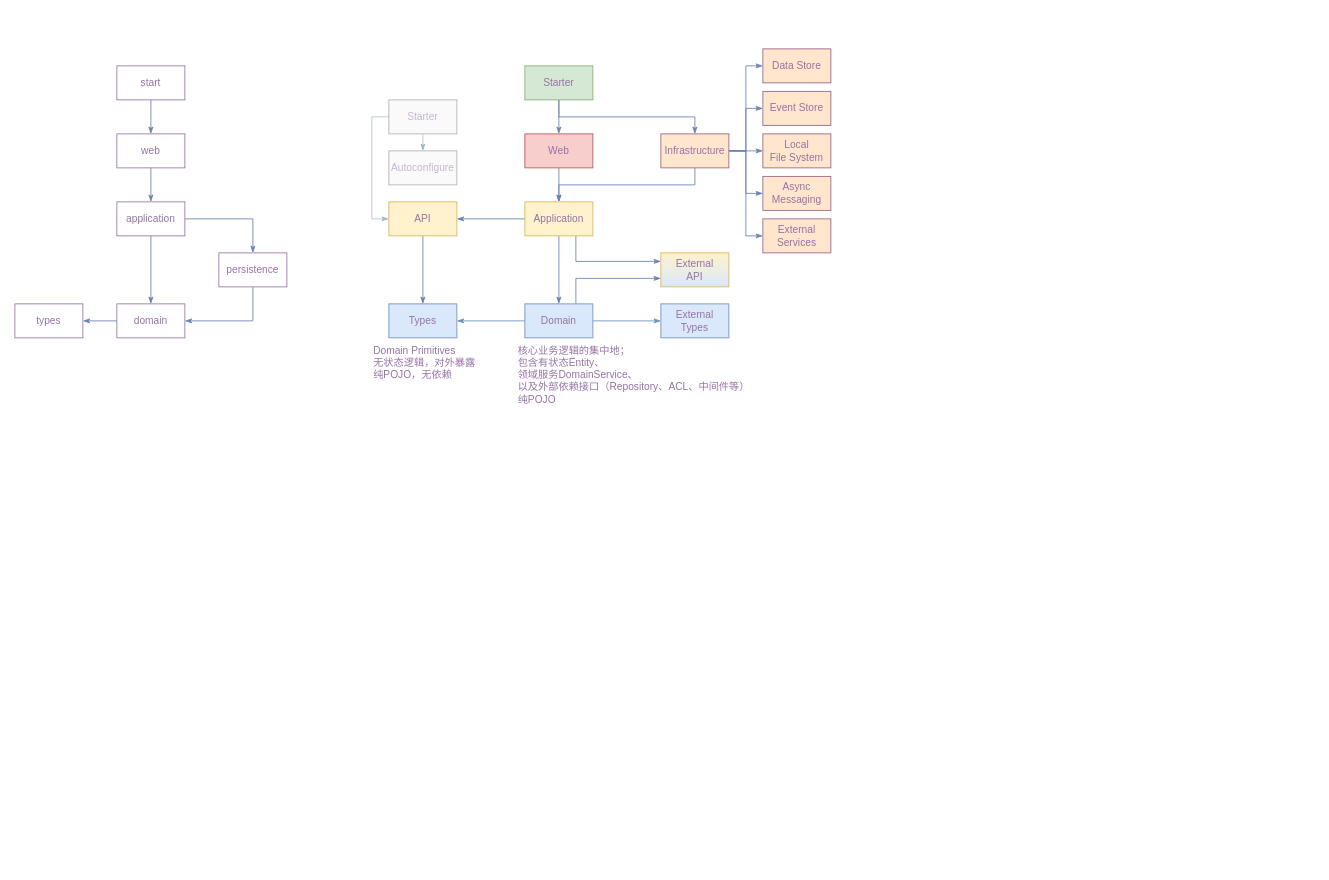
The draw.io diagram architecture/ddd-impl.drawio in rabbitcount/drawio, before the edit. Source tidied: cells renumbered, new cells numbered last; positions are measured from the earlier drawing's top-left corner, leaving out a move shared by most shapes. Both pictures are drawn from the tidied source at 85%, with x=0, y=0 at pixel (14, 48).
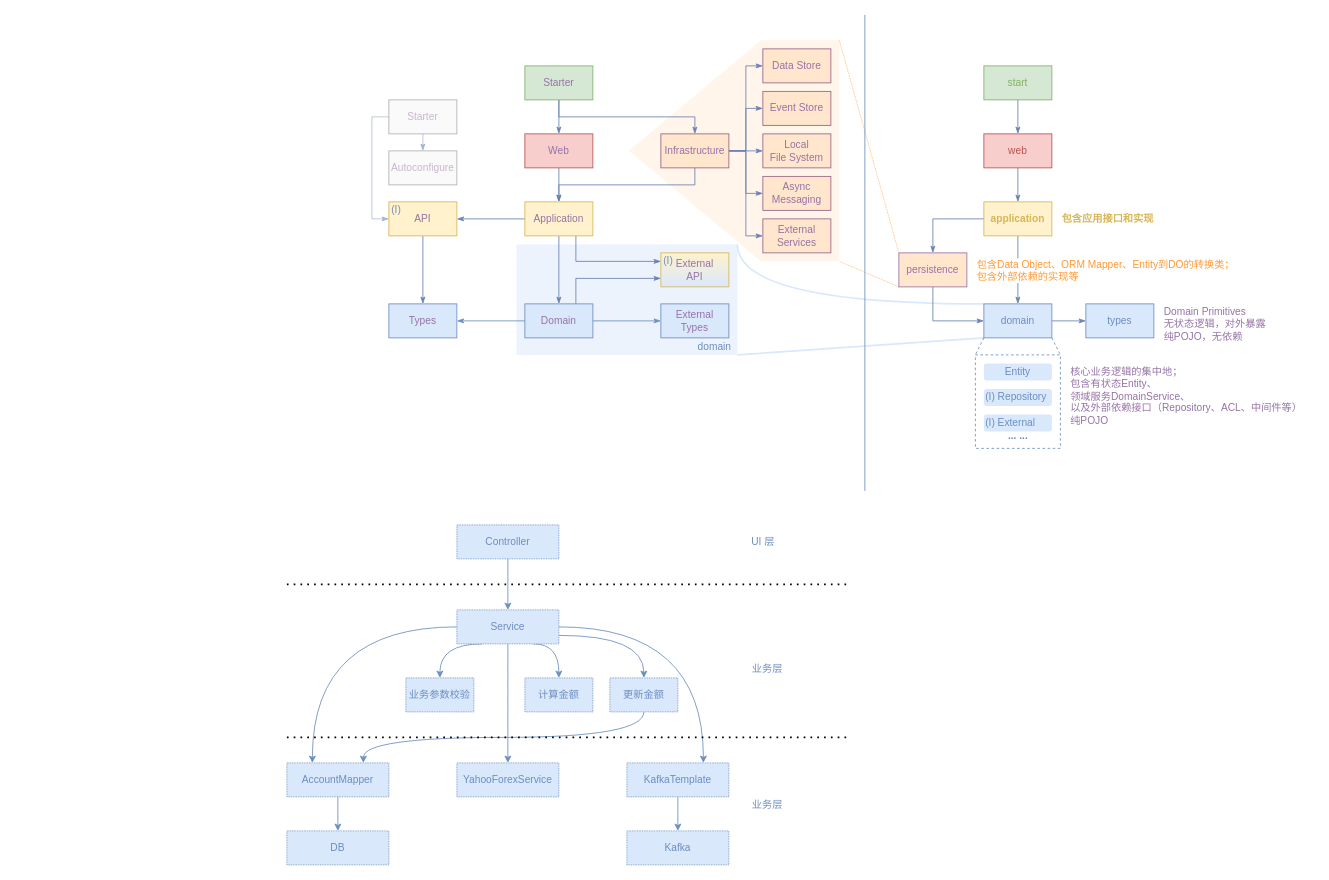
Above is the later version.

Unchanged cells that the change refers to:
```xml
<mxCell id="25" value="Infrastructure" style="rounded=0;whiteSpace=wrap;html=1;shadow=0;glass=0;comic=0;labelBackgroundColor=none;strokeColor=#996185;strokeWidth=1;fillColor=#FFE6CC;fontFamily=Helvetica;fontSize=12;fontColor=#9673A6;align=center;gradientColor=none;" parent="1" vertex="1">
  <mxGeometry x="760" y="100" width="80" height="40" as="geometry" />
</mxCell>
<mxCell id="27" value="Event Store" style="rounded=0;whiteSpace=wrap;html=1;shadow=0;glass=0;comic=0;labelBackgroundColor=none;strokeColor=#996185;strokeWidth=1;fillColor=#FFE6CC;fontFamily=Helvetica;fontSize=12;fontColor=#9673A6;align=center;gradientColor=none;" parent="1" vertex="1">
  <mxGeometry x="880" y="50" width="80" height="40" as="geometry" />
</mxCell>
```

Diff of the diagram source:
```diff
@@
+    <mxCell id="50" style="verticalLabelPosition=bottom;verticalAlign=top;html=1;shape=offPageConnector;rounded=0;size=0.6276595744680851;glass=0;dashed=1;dashPattern=1 1;fontColor=#6C8EBF;align=right;rotation=90;fillColor=#FFE6CC;strokeColor=none;opacity=40;" parent="1" vertex="1">
+      <mxGeometry x="716.2" y="-3.8" width="260" height="247.5" as="geometry" />
+    </mxCell>
+    <mxCell id="51" style="edgeStyle=orthogonalEdgeStyle;jettySize=auto;html=1;exitX=1;exitY=0;exitDx=0;exitDy=0;entryX=0;entryY=0;entryDx=0;entryDy=0;endArrow=none;endFill=0;fontColor=#6C8EBF;curved=1;strokeColor=#DAE8FC;fontStyle=1;strokeWidth=2;" parent="1" edge="1" source="52" target="6">
+      <mxGeometry relative="1" as="geometry">
+        <Array as="points">
+          <mxPoint x="850" y="300" />
+        </Array>
+      </mxGeometry>
+    </mxCell>
+    <mxCell id="52" value="domain" style="rounded=0;whiteSpace=wrap;html=1;shadow=0;glass=0;comic=0;labelBackgroundColor=none;strokeWidth=1;fillColor=#dae8fc;fontFamily=Helvetica;fontSize=12;align=right;verticalAlign=bottom;dashed=1;dashPattern=1 1;spacingRight=5;strokeColor=none;opacity=50;fontColor=#6C8EBF;" parent="1" vertex="1">
+      <mxGeometry x="590" y="230" width="260" height="130" as="geometry" />
+    </mxCell>
+    <mxCell id="53" style="rounded=0;whiteSpace=wrap;html=1;fillColor=none;dashed=1;strokeColor=#6C8EBF;" parent="1" vertex="1">
+      <mxGeometry x="1130" y="360" width="100" height="110" as="geometry" />
+    </mxCell>
@@
-    <mxCell id="4" value="a&lt;span&gt;pplication&lt;/span&gt;" style="rounded=0;whiteSpace=wrap;html=1;shadow=0;glass=0;comic=0;labelBackgroundColor=none;strokeColor=#9673A6;strokeWidth=1;fillColor=none;fontFamily=Helvetica;fontSize=12;fontColor=#9673A6;align=center;" parent="1" vertex="1">
-      <mxGeometry x="120" y="180" width="80" height="40" as="geometry" />
+    <mxCell id="4" value="a&lt;span&gt;pplication&lt;/span&gt;" style="rounded=0;whiteSpace=wrap;html=1;shadow=0;glass=0;comic=0;labelBackgroundColor=none;strokeColor=#d6b656;strokeWidth=1;fillColor=#fff2cc;fontFamily=Helvetica;fontSize=12;align=center;fontColor=#D6B656;fontStyle=1;" parent="1" vertex="1">
+      <mxGeometry x="1140" y="180" width="80" height="40" as="geometry" />
     </mxCell>
@@
+    <mxCell id="54" style="jettySize=auto;html=1;exitX=0;exitY=1;exitDx=0;exitDy=0;entryX=1;entryY=1;entryDx=0;entryDy=0;endArrow=none;endFill=0;fontColor=#6C8EBF;strokeColor=#DAE8FC;fontStyle=1;strokeWidth=2;" parent="1" edge="1" source="6" target="52">
+      <mxGeometry relative="1" as="geometry" />
+    </mxCell>
-    <mxCell id="6" value="domain" style="rounded=0;whiteSpace=wrap;html=1;shadow=0;glass=0;comic=0;labelBackgroundColor=none;strokeColor=#9673A6;strokeWidth=1;fillColor=none;fontFamily=Helvetica;fontSize=12;fontColor=#9673A6;align=center;" parent="1" vertex="1">
-      <mxGeometry x="120" y="300" width="80" height="40" as="geometry" />
+    <mxCell id="6" value="domain" style="rounded=0;whiteSpace=wrap;html=1;shadow=0;glass=0;comic=0;labelBackgroundColor=none;strokeColor=#6c8ebf;strokeWidth=1;fillColor=#dae8fc;fontFamily=Helvetica;fontSize=12;align=center;fontColor=#6C8EBF;" parent="1" vertex="1">
+      <mxGeometry x="1140" y="300" width="80" height="40" as="geometry" />
     </mxCell>
-    <mxCell id="7" style="edgeStyle=orthogonalEdgeStyle;rounded=0;comic=0;jumpStyle=arc;jumpSize=6;html=1;labelBackgroundColor=#ffffff;startArrow=none;startFill=0;endArrow=classicThin;endFill=1;endSize=6;jettySize=auto;strokeColor=#6881B3;strokeWidth=1;fillColor=none;fontFamily=Helvetica;fontSize=12;fontColor=#9673A6;entryX=1;entryY=0.5;exitX=0.5;exitY=1;" parent="1" edge="1" source="8" target="6">
+    <mxCell id="7" style="edgeStyle=orthogonalEdgeStyle;rounded=0;comic=0;jumpStyle=arc;jumpSize=6;html=1;labelBackgroundColor=#ffffff;startArrow=none;startFill=0;endArrow=classicThin;endFill=1;endSize=6;jettySize=auto;strokeColor=#6881B3;strokeWidth=1;fillColor=none;fontFamily=Helvetica;fontSize=12;fontColor=#9673A6;exitX=0.5;exitY=1;" parent="1" edge="1" source="8">
       <mxGeometry relative="1" as="geometry">
+        <mxPoint x="1140" y="320" as="targetPoint" />
         <Array as="points">
-          <mxPoint x="280" y="320" />
+          <mxPoint x="1080" y="320" />
         </Array>
       </mxGeometry>
     </mxCell>
+    <mxCell id="55" style="edgeStyle=none;jettySize=auto;html=1;exitX=0;exitY=1;exitDx=0;exitDy=0;entryX=1;entryY=0;entryDx=0;entryDy=0;dashed=1;endArrow=none;endFill=0;fontColor=#6C8EBF;dashPattern=1 1;strokeWidth=1;strokeColor=#FFB366;" parent="1" edge="1" source="8" target="50">
+      <mxGeometry relative="1" as="geometry" />
+    </mxCell>
-    <mxCell id="8" value="persistence" style="rounded=0;whiteSpace=wrap;html=1;shadow=0;glass=0;comic=0;labelBackgroundColor=none;strokeColor=#9673A6;strokeWidth=1;fillColor=none;fontFamily=Helvetica;fontSize=12;fontColor=#9673A6;align=center;" parent="1" vertex="1">
-      <mxGeometry x="240" y="240" width="80" height="40" as="geometry" />
+    <mxCell id="8" value="persistence" style="rounded=0;whiteSpace=wrap;html=1;shadow=0;glass=0;comic=0;labelBackgroundColor=none;strokeColor=#9673A6;strokeWidth=1;fontFamily=Helvetica;fontSize=12;fontColor=#9673A6;align=center;fillColor=#FFE6CC;" parent="1" vertex="1">
+      <mxGeometry x="1040" y="240" width="80" height="40" as="geometry" />
     </mxCell>
@@
-    <mxCell id="10" value="start" style="rounded=0;whiteSpace=wrap;html=1;shadow=0;glass=0;comic=0;labelBackgroundColor=none;strokeColor=#9673A6;strokeWidth=1;fillColor=none;fontFamily=Helvetica;fontSize=12;fontColor=#9673A6;align=center;" parent="1" vertex="1">
-      <mxGeometry x="120" y="20" width="80" height="40" as="geometry" />
+    <mxCell id="10" value="start" style="rounded=0;whiteSpace=wrap;html=1;shadow=0;glass=0;comic=0;labelBackgroundColor=none;strokeColor=#82b366;strokeWidth=1;fillColor=#d5e8d4;fontFamily=Helvetica;fontSize=12;align=center;fontColor=#82B366;" parent="1" vertex="1">
+      <mxGeometry x="1140" y="20" width="80" height="40" as="geometry" />
     </mxCell>
-    <mxCell id="11" value="types" style="rounded=0;whiteSpace=wrap;html=1;shadow=0;glass=0;comic=0;labelBackgroundColor=none;strokeColor=#9673A6;strokeWidth=1;fillColor=none;fontFamily=Helvetica;fontSize=12;fontColor=#9673A6;align=center;" parent="1" vertex="1">
-      <mxGeometry y="300" width="80" height="40" as="geometry" />
+    <mxCell id="11" value="types" style="rounded=0;whiteSpace=wrap;html=1;shadow=0;glass=0;comic=0;labelBackgroundColor=none;strokeColor=#6c8ebf;strokeWidth=1;fillColor=#dae8fc;fontFamily=Helvetica;fontSize=12;align=center;fontColor=#6C8EBF;" parent="1" vertex="1">
+      <mxGeometry x="1260" y="300" width="80" height="40" as="geometry" />
     </mxCell>
@@
-    <mxCell id="13" value="web" style="rounded=0;whiteSpace=wrap;html=1;shadow=0;glass=0;comic=0;labelBackgroundColor=none;strokeColor=#9673A6;strokeWidth=1;fillColor=none;fontFamily=Helvetica;fontSize=12;fontColor=#9673A6;align=center;" parent="1" vertex="1">
-      <mxGeometry x="120" y="100" width="80" height="40" as="geometry" />
+    <mxCell id="13" value="web" style="rounded=0;whiteSpace=wrap;html=1;shadow=0;glass=0;comic=0;labelBackgroundColor=none;strokeColor=#b85450;strokeWidth=1;fillColor=#f8cecc;fontFamily=Helvetica;fontSize=12;align=center;fontColor=#B85450;" parent="1" vertex="1">
+      <mxGeometry x="1140" y="100" width="80" height="40" as="geometry" />
     </mxCell>
@@
     <mxCell id="21" style="edgeStyle=orthogonalEdgeStyle;rounded=0;comic=0;jumpStyle=arc;jumpSize=6;html=1;entryX=0;entryY=0.5;labelBackgroundColor=#ffffff;startArrow=none;startFill=0;endArrow=classicThin;endFill=1;endSize=6;jettySize=auto;strokeColor=#6881B3;strokeWidth=1;fillColor=none;fontFamily=Helvetica;fontSize=12;fontColor=#9673A6;" parent="1" edge="1" source="25" target="27">
-      <mxGeometry relative="1" as="geometry" />
+      <mxGeometry relative="1" as="geometry">
+        <Array as="points">
+          <mxPoint x="860" y="120" />
+          <mxPoint x="860" y="70" />
+        </Array>
+      </mxGeometry>
     </mxCell>
@@
+    <mxCell id="56" style="rounded=0;jettySize=auto;html=1;exitX=1;exitY=1;exitDx=0;exitDy=0;entryX=1;entryY=0;entryDx=0;entryDy=0;fontColor=#6C8EBF;dashed=1;endArrow=none;endFill=0;strokeColor=#6C8EBF;" parent="1" edge="1" target="53">
+      <mxGeometry relative="1" as="geometry">
+        <mxPoint x="1220" y="340" as="sourcePoint" />
+      </mxGeometry>
+    </mxCell>
+    <mxCell id="57" style="rounded=0;jettySize=auto;html=1;exitX=0;exitY=1;exitDx=0;exitDy=0;entryX=0;entryY=0;entryDx=0;entryDy=0;fontColor=#6C8EBF;dashed=1;endArrow=none;endFill=0;strokeColor=#6C8EBF;" parent="1" edge="1" target="53">
+      <mxGeometry relative="1" as="geometry">
+        <mxPoint x="1140" y="340" as="sourcePoint" />
+      </mxGeometry>
+    </mxCell>
-    <mxCell id="38" value="Domain" style="rounded=0;whiteSpace=wrap;html=1;shadow=0;glass=0;comic=0;labelBackgroundColor=none;strokeColor=#6c8ebf;strokeWidth=1;fillColor=#dae8fc;fontFamily=Helvetica;fontSize=12;fontColor=#9673A6;align=center;" parent="1" vertex="1">
+    <mxCell id="38" value="Domain" style="rounded=0;whiteSpace=wrap;html=1;shadow=0;glass=0;comic=0;labelBackgroundColor=none;strokeColor=#6c8ebf;strokeWidth=1;fillColor=#dae8fc;fontFamily=Helvetica;fontSize=12;fontColor=#9673A6;align=center;sketch=0;" parent="1" vertex="1">
       <mxGeometry x="600" y="300" width="80" height="40" as="geometry" />
     </mxCell>
@@
-    <mxCell id="41" value="Types" style="rounded=0;whiteSpace=wrap;html=1;shadow=0;glass=0;comic=0;labelBackgroundColor=none;strokeColor=#6c8ebf;strokeWidth=1;fillColor=#dae8fc;fontFamily=Helvetica;fontSize=12;fontColor=#9673A6;align=center;" parent="1" vertex="1">
+    <mxCell id="41" value="Types" style="rounded=0;whiteSpace=wrap;html=1;shadow=0;glass=0;comic=0;labelBackgroundColor=none;strokeColor=#6c8ebf;strokeWidth=1;fillColor=#dae8fc;fontFamily=Helvetica;fontSize=12;fontColor=#9673A6;align=center;sketch=0;" parent="1" vertex="1">
       <mxGeometry x="440" y="300" width="80" height="40" as="geometry" />
     </mxCell>
@@
     <mxCell id="48" value="Domain Primitives&lt;div&gt;无状态逻辑，对外暴露&lt;/div&gt;&lt;div&gt;纯POJO，无依赖&lt;/div&gt;" style="text;html=1;align=left;verticalAlign=top;spacingTop=-4;fontSize=12;fontFamily=Helvetica;fontColor=#9673A6;" parent="1" vertex="1">
-      <mxGeometry x="420" y="345" width="140" height="40" as="geometry" />
+      <mxGeometry x="1350" y="300" width="140" height="40" as="geometry" />
     </mxCell>
     <mxCell id="49" value="核心业务逻辑的集中地；&lt;div&gt;包含有状态Entity、&lt;/div&gt;&lt;div&gt;领域服务DomainService、&lt;/div&gt;&lt;div&gt;以及外部依赖接口（Repository、ACL、中间件等）&lt;/div&gt;&lt;div&gt;纯POJO&lt;/div&gt;" style="text;html=1;align=left;verticalAlign=top;spacingTop=-4;fontSize=12;fontFamily=Helvetica;fontColor=#9673A6;" parent="1" vertex="1">
-      <mxGeometry x="590" y="345" width="290" height="70" as="geometry" />
+      <mxGeometry x="1240" y="370" width="290" height="70" as="geometry" />
     </mxCell>
+    <mxCell id="58" value="Entity" style="rounded=1;whiteSpace=wrap;html=1;fillColor=#dae8fc;fontColor=#6C8EBF;strokeColor=none;" parent="1" vertex="1">
+      <mxGeometry x="1140" y="370" width="80" height="20" as="geometry" />
+    </mxCell>
+    <mxCell id="59" value="(I) Repository" style="rounded=1;whiteSpace=wrap;html=1;fillColor=#dae8fc;fontColor=#6C8EBF;align=left;strokeColor=none;" parent="1" vertex="1">
+      <mxGeometry x="1140" y="400" width="80" height="20" as="geometry" />
+    </mxCell>
+    <mxCell id="60" value="(I)&amp;nbsp;External" style="rounded=1;whiteSpace=wrap;html=1;fillColor=#dae8fc;fontColor=#6C8EBF;align=left;strokeColor=none;" parent="1" vertex="1">
+      <mxGeometry x="1140" y="430" width="80" height="20" as="geometry" />
+    </mxCell>
+    <mxCell id="61" value="... ..." style="text;html=1;align=center;verticalAlign=middle;fontColor=#6C8EBF;fontStyle=1;" parent="1" vertex="1">
+      <mxGeometry x="1160" y="446" width="40" height="20" as="geometry" />
+    </mxCell>
+    <mxCell id="62" value="包含应用接口和实现" style="text;html=1;align=left;verticalAlign=top;spacingTop=-4;fontSize=12;fontFamily=Helvetica;fontColor=#D6B656;fontStyle=1;" parent="1" vertex="1">
+      <mxGeometry x="1230" y="190" width="120" height="20" as="geometry" />
+    </mxCell>
+    <mxCell id="63" style="jettySize=auto;html=1;exitX=0;exitY=0;exitDx=0;exitDy=0;entryX=0;entryY=0;entryDx=0;entryDy=0;dashed=1;endArrow=none;endFill=0;fontColor=#6C8EBF;dashPattern=1 1;strokeWidth=1;strokeColor=#FFB366;" parent="1" edge="1" source="50" target="8">
+      <mxGeometry relative="1" as="geometry" />
+    </mxCell>
+    <mxCell id="64" style="endArrow=none;html=1;strokeColor=#6C8EBF;fontColor=#6C8EBF;" parent="1" edge="1">
+      <mxGeometry relative="1" as="geometry">
+        <mxPoint x="1000" y="520" as="sourcePoint" />
+        <mxPoint x="1000" y="-40" as="targetPoint" />
+      </mxGeometry>
+    </mxCell>
+    <mxCell id="65" value="&lt;span style=&quot;text-align: left&quot;&gt;(I)&amp;nbsp;&lt;/span&gt;" style="text;html=1;align=center;verticalAlign=middle;fontColor=#6C8EBF;" parent="1" vertex="1">
+      <mxGeometry x="435" y="180" width="30" height="20" as="geometry" />
+    </mxCell>
+    <mxCell id="66" value="&lt;span style=&quot;text-align: left&quot;&gt;(I)&amp;nbsp;&lt;/span&gt;" style="text;html=1;align=center;verticalAlign=middle;fontColor=#6C8EBF;" parent="1" vertex="1">
+      <mxGeometry x="755" y="240" width="30" height="20" as="geometry" />
+    </mxCell>
+    <mxCell id="67" value="包含Data Object、ORM Mapper、Entity到DO的转换类；&lt;br&gt;包含外部依赖的实现等" style="text;html=1;align=left;verticalAlign=top;spacingTop=-4;fontSize=12;fontFamily=Helvetica;fontColor=#FF9933;labelBackgroundColor=#ffffff;" parent="1" vertex="1">
+      <mxGeometry x="1130" y="243.8" width="320" height="30" as="geometry" />
+    </mxCell>
+    <mxCell id="68" style="edgeStyle=orthogonalEdgeStyle;jettySize=auto;html=1;endArrow=classic;endFill=1;strokeWidth=1;fontColor=#6C8EBF;strokeColor=#6C8EBF;curved=1;" parent="1" edge="1" source="69" target="76">
+      <mxGeometry relative="1" as="geometry" />
+    </mxCell>
+    <mxCell id="69" value="Controller" style="rounded=0;whiteSpace=wrap;html=1;shadow=0;glass=0;dashed=1;dashPattern=1 1;labelBackgroundColor=none;sketch=0;strokeColor=#6c8ebf;fillColor=#dae8fc;align=center;fontColor=#6C8EBF;" parent="1" vertex="1">
+      <mxGeometry x="520" y="560" width="120" height="40" as="geometry" />
+    </mxCell>
+    <mxCell id="70" style="edgeStyle=orthogonalEdgeStyle;jettySize=auto;html=1;entryX=0.5;entryY=0;entryDx=0;entryDy=0;endArrow=classic;endFill=1;strokeColor=#6C8EBF;strokeWidth=1;fontColor=#6C8EBF;exitX=0.5;exitY=1;exitDx=0;exitDy=0;curved=1;" parent="1" edge="1" source="76" target="83">
+      <mxGeometry relative="1" as="geometry" />
+    </mxCell>
+    <mxCell id="71" style="edgeStyle=orthogonalEdgeStyle;jettySize=auto;html=1;exitX=0.75;exitY=1;exitDx=0;exitDy=0;entryX=0.5;entryY=0;entryDx=0;entryDy=0;endArrow=classic;endFill=1;strokeColor=#6C8EBF;strokeWidth=1;fontColor=#6C8EBF;curved=1;" parent="1" edge="1" source="76" target="77">
+      <mxGeometry relative="1" as="geometry">
+        <Array as="points">
+          <mxPoint x="640" y="700" />
+        </Array>
+      </mxGeometry>
+    </mxCell>
+    <mxCell id="72" style="edgeStyle=orthogonalEdgeStyle;jettySize=auto;html=1;entryX=0.5;entryY=0;entryDx=0;entryDy=0;endArrow=classic;endFill=1;strokeColor=#6C8EBF;strokeWidth=1;fontColor=#6C8EBF;curved=1;" parent="1" edge="1" target="79">
+      <mxGeometry relative="1" as="geometry">
+        <mxPoint x="640" y="690" as="sourcePoint" />
+        <Array as="points">
+          <mxPoint x="640" y="690" />
+          <mxPoint x="740" y="690" />
+        </Array>
+      </mxGeometry>
+    </mxCell>
+    <mxCell id="73" style="edgeStyle=orthogonalEdgeStyle;jettySize=auto;html=1;exitX=0.25;exitY=1;exitDx=0;exitDy=0;entryX=0.5;entryY=0;entryDx=0;entryDy=0;endArrow=classic;endFill=1;strokeColor=#6C8EBF;strokeWidth=1;fontColor=#6C8EBF;curved=1;" parent="1" edge="1" source="76" target="80">
+      <mxGeometry relative="1" as="geometry">
+        <Array as="points">
+          <mxPoint x="500" y="700" />
+        </Array>
+      </mxGeometry>
+    </mxCell>
+    <mxCell id="74" style="edgeStyle=orthogonalEdgeStyle;jettySize=auto;html=1;exitX=0;exitY=0.5;exitDx=0;exitDy=0;entryX=0.25;entryY=0;entryDx=0;entryDy=0;endArrow=classic;endFill=1;strokeColor=#6C8EBF;strokeWidth=1;fontColor=#6C8EBF;curved=1;" parent="1" edge="1" source="76" target="82">
+      <mxGeometry relative="1" as="geometry" />
+    </mxCell>
+    <mxCell id="75" style="edgeStyle=orthogonalEdgeStyle;curved=1;jettySize=auto;html=1;entryX=0.75;entryY=0;entryDx=0;entryDy=0;endArrow=classic;endFill=1;strokeColor=#6C8EBF;strokeWidth=1;fontColor=#6C8EBF;" parent="1" edge="1" source="76" target="85">
+      <mxGeometry relative="1" as="geometry">
+        <Array as="points">
+          <mxPoint x="810" y="680" />
+        </Array>
+      </mxGeometry>
+    </mxCell>
+    <mxCell id="76" value="Service" style="rounded=0;whiteSpace=wrap;html=1;shadow=0;glass=0;dashed=1;dashPattern=1 1;labelBackgroundColor=none;sketch=0;strokeColor=#6c8ebf;fillColor=#dae8fc;align=center;fontColor=#6C8EBF;" parent="1" vertex="1">
+      <mxGeometry x="520" y="660" width="120" height="40" as="geometry" />
+    </mxCell>
+    <mxCell id="77" value="计算金额" style="rounded=0;whiteSpace=wrap;html=1;shadow=0;glass=0;dashed=1;dashPattern=1 1;labelBackgroundColor=none;sketch=0;strokeColor=#6c8ebf;fillColor=#dae8fc;align=center;fontColor=#6C8EBF;" parent="1" vertex="1">
+      <mxGeometry x="600" y="740" width="80" height="40" as="geometry" />
+    </mxCell>
+    <mxCell id="78" style="edgeStyle=orthogonalEdgeStyle;jettySize=auto;html=1;entryX=0.75;entryY=0;entryDx=0;entryDy=0;endArrow=classic;endFill=1;strokeColor=#6C8EBF;strokeWidth=1;fontColor=#6C8EBF;curved=1;exitX=0.5;exitY=1;exitDx=0;exitDy=0;" parent="1" edge="1" source="79" target="82">
+      <mxGeometry relative="1" as="geometry">
+        <Array as="points">
+          <mxPoint x="740" y="810" />
+          <mxPoint x="410" y="810" />
+        </Array>
+      </mxGeometry>
+    </mxCell>
+    <mxCell id="79" value="更新金额" style="rounded=0;whiteSpace=wrap;html=1;shadow=0;glass=0;dashed=1;dashPattern=1 1;labelBackgroundColor=none;sketch=0;strokeColor=#6c8ebf;fillColor=#dae8fc;align=center;fontColor=#6C8EBF;" parent="1" vertex="1">
+      <mxGeometry x="700" y="740" width="80" height="40" as="geometry" />
+    </mxCell>
+    <mxCell id="80" value="业务参数校验" style="rounded=0;whiteSpace=wrap;html=1;shadow=0;glass=0;dashed=1;dashPattern=1 1;labelBackgroundColor=none;sketch=0;strokeColor=#6c8ebf;fillColor=#dae8fc;align=center;fontColor=#6C8EBF;" parent="1" vertex="1">
+      <mxGeometry x="460" y="740" width="80" height="40" as="geometry" />
+    </mxCell>
+    <mxCell id="81" style="edgeStyle=orthogonalEdgeStyle;jettySize=auto;html=1;endArrow=classic;endFill=1;strokeColor=#6C8EBF;strokeWidth=1;fontColor=#6C8EBF;curved=1;" parent="1" edge="1" source="82" target="87">
+      <mxGeometry relative="1" as="geometry" />
+    </mxCell>
+    <mxCell id="82" value="AccountMapper" style="rounded=0;whiteSpace=wrap;html=1;shadow=0;glass=0;dashed=1;dashPattern=1 1;labelBackgroundColor=none;sketch=0;strokeColor=#6c8ebf;fillColor=#dae8fc;align=center;fontColor=#6C8EBF;" parent="1" vertex="1">
+      <mxGeometry x="320" y="840" width="120" height="40" as="geometry" />
+    </mxCell>
+    <mxCell id="83" value="YahooForexService" style="rounded=0;whiteSpace=wrap;html=1;shadow=0;glass=0;dashed=1;dashPattern=1 1;labelBackgroundColor=none;sketch=0;strokeColor=#6c8ebf;fillColor=#dae8fc;align=center;fontColor=#6C8EBF;" parent="1" vertex="1">
+      <mxGeometry x="520" y="840" width="120" height="40" as="geometry" />
+    </mxCell>
+    <mxCell id="84" style="edgeStyle=orthogonalEdgeStyle;jettySize=auto;html=1;endArrow=classic;endFill=1;strokeColor=#6C8EBF;strokeWidth=1;fontColor=#6C8EBF;curved=1;" parent="1" edge="1" source="85" target="86">
+      <mxGeometry relative="1" as="geometry" />
+    </mxCell>
+    <mxCell id="85" value="KafkaTemplate" style="rounded=0;whiteSpace=wrap;html=1;shadow=0;glass=0;dashed=1;dashPattern=1 1;labelBackgroundColor=none;sketch=0;strokeColor=#6c8ebf;fillColor=#dae8fc;align=center;fontColor=#6C8EBF;" parent="1" vertex="1">
+      <mxGeometry x="720" y="840" width="120" height="40" as="geometry" />
+    </mxCell>
+    <mxCell id="86" value="Kafka" style="rounded=0;whiteSpace=wrap;html=1;shadow=0;glass=0;dashed=1;dashPattern=1 1;labelBackgroundColor=none;sketch=0;strokeColor=#6c8ebf;fillColor=#dae8fc;align=center;fontColor=#6C8EBF;" parent="1" vertex="1">
+      <mxGeometry x="720" y="920" width="120" height="40" as="geometry" />
+    </mxCell>
+    <mxCell id="87" value="DB" style="rounded=0;whiteSpace=wrap;html=1;shadow=0;glass=0;dashed=1;dashPattern=1 1;labelBackgroundColor=none;sketch=0;strokeColor=#6c8ebf;fillColor=#dae8fc;align=center;fontColor=#6C8EBF;" parent="1" vertex="1">
+      <mxGeometry x="320" y="920" width="120" height="40" as="geometry" />
+    </mxCell>
+    <mxCell id="88" style="endArrow=none;dashed=1;html=1;dashPattern=1 3;strokeWidth=2;fontColor=#6C8EBF;" parent="1" edge="1">
+      <mxGeometry relative="1" as="geometry">
+        <mxPoint x="320" y="630" as="sourcePoint" />
+        <mxPoint x="980" y="630" as="targetPoint" />
+      </mxGeometry>
+    </mxCell>
+    <mxCell id="89" style="endArrow=none;dashed=1;html=1;dashPattern=1 3;strokeWidth=2;fontColor=#6C8EBF;" parent="1" edge="1">
+      <mxGeometry relative="1" as="geometry">
+        <mxPoint x="320" y="810" as="sourcePoint" />
+        <mxPoint x="980" y="810" as="targetPoint" />
+      </mxGeometry>
+    </mxCell>
+    <mxCell id="90" value="UI 层" style="text;html=1;align=center;verticalAlign=middle;fontColor=#6C8EBF;" parent="1" vertex="1">
+      <mxGeometry x="860" y="570" width="40" height="20" as="geometry" />
+    </mxCell>
+    <mxCell id="91" value="业务层" style="text;html=1;align=center;verticalAlign=middle;fontColor=#6C8EBF;" parent="1" vertex="1">
+      <mxGeometry x="860" y="720" width="50" height="20" as="geometry" />
+    </mxCell>
+    <mxCell id="92" value="业务层" style="text;html=1;align=center;verticalAlign=middle;fontColor=#6C8EBF;" parent="1" vertex="1">
+      <mxGeometry x="860" y="880" width="50" height="20" as="geometry" />
+    </mxCell>
```
